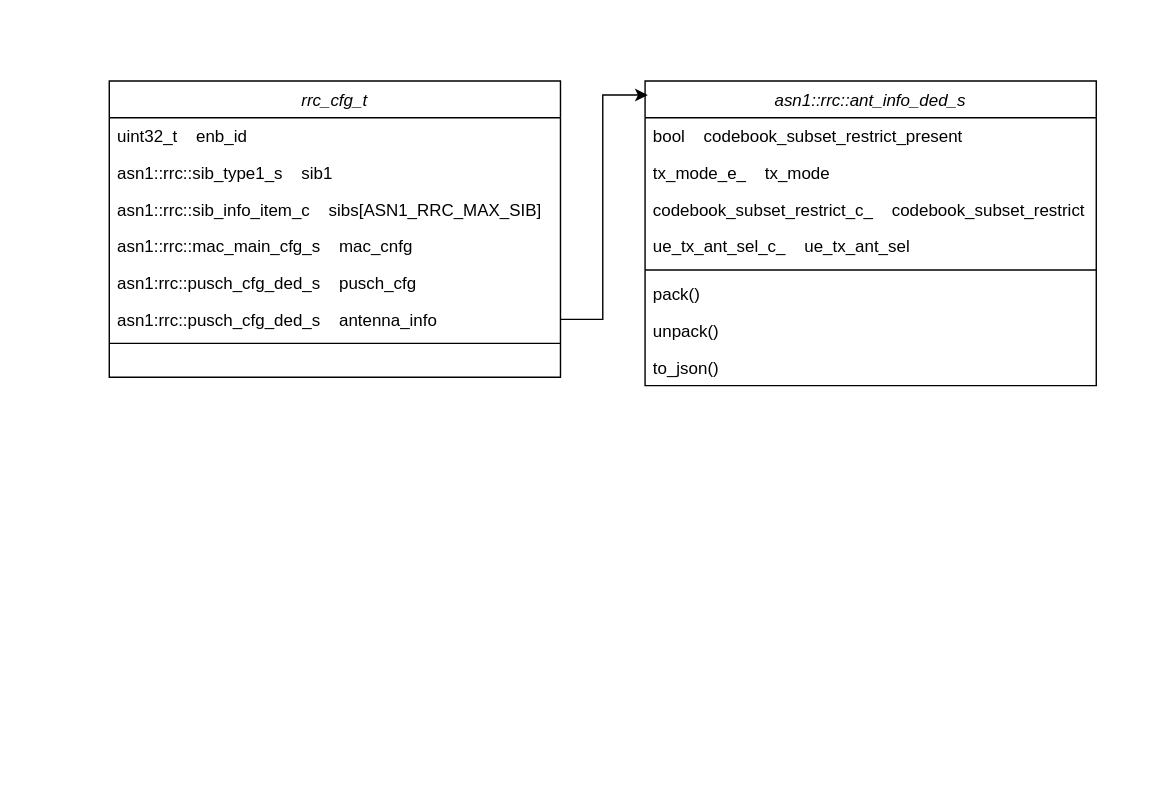
This is config-args.drawio from cld4h/draw.io-documents, a draw.io file, before an edit. Source tidied: cells renumbered, new cells numbered last; positions are measured from the earlier drawing's top-left corner, leaving out a move shared by most shapes. Both pictures are drawn from the tidied source at 141%, with x=0, y=0 at pixel (109, 80).
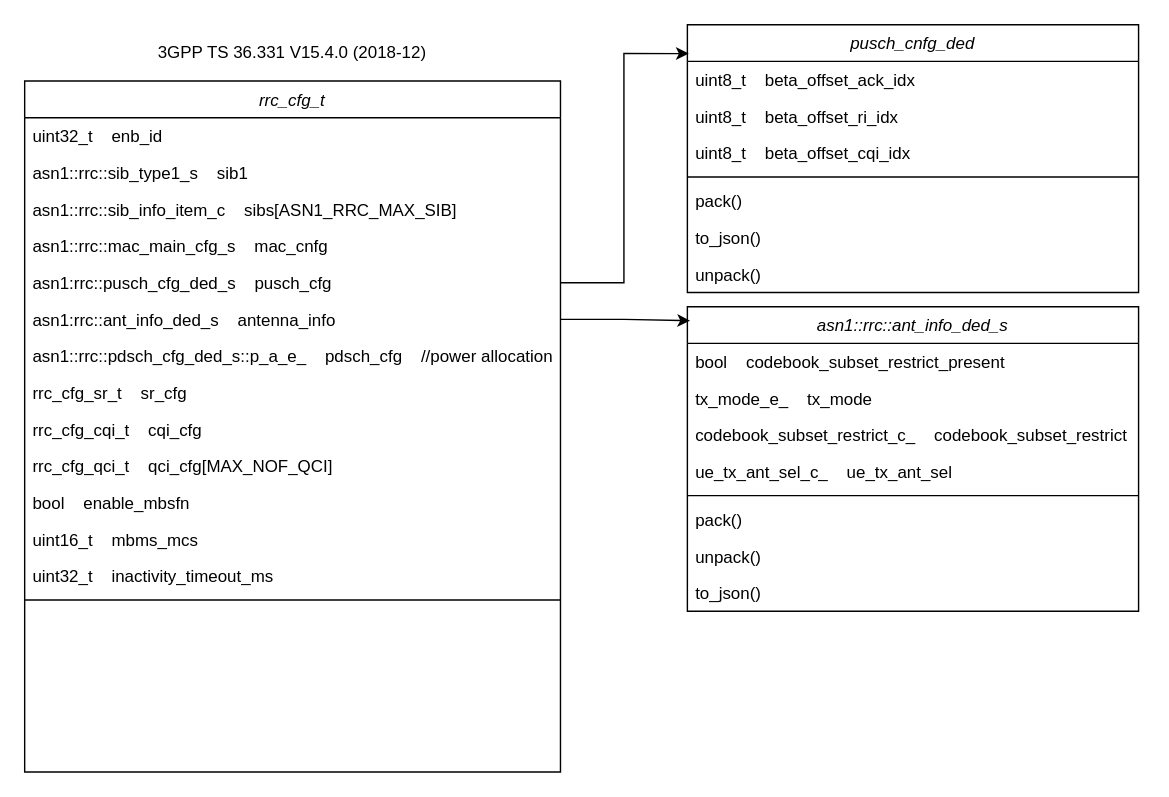
The same diagram, later.

Diff of the diagram source:
```diff
@@
     <mxCell id="2" value="rrc_cfg_t" style="swimlane;fontStyle=2;align=center;verticalAlign=top;horizontal=1;startSize=26;rounded=0;shadow=0;strokeWidth=1;" parent="1" vertex="1">
-      <mxGeometry width="320" height="210" as="geometry" />
+      <mxGeometry x="-60" width="380" height="490" as="geometry" />
     </mxCell>
     <mxCell id="3" value="uint32_t    enb_id" style="text;align=left;verticalAlign=top;spacingLeft=4;spacingRight=4;overflow=hidden;" parent="2" vertex="1">
-      <mxGeometry y="26" width="320" height="26" as="geometry" />
+      <mxGeometry y="26" width="380" height="26" as="geometry" />
     </mxCell>
     <mxCell id="4" value="asn1::rrc::sib_type1_s    sib1" style="text;align=left;verticalAlign=top;spacingLeft=4;spacingRight=4;overflow=hidden;rounded=0;shadow=0;html=0;" parent="2" vertex="1">
-      <mxGeometry y="52" width="320" height="26" as="geometry" />
+      <mxGeometry y="52" width="380" height="26" as="geometry" />
     </mxCell>
     <mxCell id="5" value="asn1::rrc::sib_info_item_c    sibs[ASN1_RRC_MAX_SIB]" style="text;align=left;verticalAlign=top;spacingLeft=4;spacingRight=4;overflow=hidden;rounded=0;shadow=0;html=0;" parent="2" vertex="1">
-      <mxGeometry y="78" width="320" height="26" as="geometry" />
+      <mxGeometry y="78" width="380" height="26" as="geometry" />
     </mxCell>
     <mxCell id="6" value="asn1::rrc::mac_main_cfg_s    mac_cnfg" style="text;align=left;verticalAlign=top;spacingLeft=4;spacingRight=4;overflow=hidden;rounded=0;shadow=0;html=0;" parent="2" vertex="1">
-      <mxGeometry y="104" width="320" height="26" as="geometry" />
+      <mxGeometry y="104" width="380" height="26" as="geometry" />
     </mxCell>
     <mxCell id="7" value="asn1:rrc::pusch_cfg_ded_s    pusch_cfg" style="text;align=left;verticalAlign=top;spacingLeft=4;spacingRight=4;overflow=hidden;points=[[0,0.5],[1,0.5]];portConstraint=eastwest;rounded=0;shadow=0;html=0;" parent="2" vertex="1">
-      <mxGeometry y="130" width="320" height="26" as="geometry" />
+      <mxGeometry y="130" width="380" height="26" as="geometry" />
     </mxCell>
-    <mxCell id="8" value="asn1:rrc::pusch_cfg_ded_s    antenna_info" style="text;align=left;verticalAlign=top;spacingLeft=4;spacingRight=4;overflow=hidden;points=[[0,0.5],[1,0.5]];portConstraint=eastwest;rounded=0;shadow=0;html=0;" parent="2" vertex="1">
-      <mxGeometry y="156" width="320" height="26" as="geometry" />
+    <mxCell id="8" value="asn1:rrc::ant_info_ded_s    antenna_info" style="text;align=left;verticalAlign=top;spacingLeft=4;spacingRight=4;overflow=hidden;points=[[0,0.5],[1,0.5]];portConstraint=eastwest;rounded=0;shadow=0;html=0;" parent="2" vertex="1">
+      <mxGeometry y="156" width="380" height="26" as="geometry" />
     </mxCell>
+    <mxCell id="20" value="asn1::rrc::pdsch_cfg_ded_s::p_a_e_    pdsch_cfg    //power allocation" style="text;align=left;verticalAlign=top;spacingLeft=4;spacingRight=4;overflow=hidden;rounded=0;shadow=0;html=0;" parent="2" vertex="1">
+      <mxGeometry y="182" width="380" height="26" as="geometry" />
+    </mxCell>
+    <mxCell id="21" value="rrc_cfg_sr_t    sr_cfg" style="text;align=left;verticalAlign=top;spacingLeft=4;spacingRight=4;overflow=hidden;rounded=0;shadow=0;html=0;" parent="2" vertex="1">
+      <mxGeometry y="208" width="380" height="26" as="geometry" />
+    </mxCell>
+    <mxCell id="22" value="rrc_cfg_cqi_t    cqi_cfg" style="text;align=left;verticalAlign=top;spacingLeft=4;spacingRight=4;overflow=hidden;rounded=0;shadow=0;html=0;" parent="2" vertex="1">
+      <mxGeometry y="234" width="380" height="26" as="geometry" />
+    </mxCell>
+    <mxCell id="23" value="rrc_cfg_qci_t    qci_cfg[MAX_NOF_QCI]&#10;" style="text;align=left;verticalAlign=top;spacingLeft=4;spacingRight=4;overflow=hidden;rounded=0;shadow=0;html=0;" parent="2" vertex="1">
+      <mxGeometry y="260" width="380" height="26" as="geometry" />
+    </mxCell>
+    <mxCell id="24" value="bool    enable_mbsfn" style="text;align=left;verticalAlign=top;spacingLeft=4;spacingRight=4;overflow=hidden;rounded=0;shadow=0;html=0;" parent="2" vertex="1">
+      <mxGeometry y="286" width="380" height="26" as="geometry" />
+    </mxCell>
+    <mxCell id="25" value="uint16_t    mbms_mcs" style="text;align=left;verticalAlign=top;spacingLeft=4;spacingRight=4;overflow=hidden;rounded=0;shadow=0;html=0;" parent="2" vertex="1">
+      <mxGeometry y="312" width="380" height="26" as="geometry" />
+    </mxCell>
+    <mxCell id="26" value="uint32_t    inactivity_timeout_ms" style="text;align=left;verticalAlign=top;spacingLeft=4;spacingRight=4;overflow=hidden;rounded=0;shadow=0;html=0;" parent="2" vertex="1">
+      <mxGeometry y="338" width="380" height="26" as="geometry" />
+    </mxCell>
     <mxCell id="9" style="line;html=1;strokeWidth=1;align=left;verticalAlign=middle;spacingTop=-1;spacingLeft=3;spacingRight=3;labelPosition=right;" parent="2" vertex="1">
-      <mxGeometry y="182" width="320" height="8" as="geometry" />
+      <mxGeometry y="364" width="380" height="8" as="geometry" />
     </mxCell>
     <mxCell id="10" value="asn1::rrc::ant_info_ded_s" style="swimlane;fontStyle=2;align=center;verticalAlign=top;horizontal=1;startSize=26;rounded=0;shadow=0;strokeWidth=1;" parent="1" vertex="1">
-      <mxGeometry x="380" width="320" height="216" as="geometry" />
+      <mxGeometry x="410" y="160" width="320" height="216" as="geometry" />
     </mxCell>
@@
+    <mxCell id="27" value="3GPP TS 36.331 V15.4.0 (2018-12)" style="text;html=1;strokeColor=none;fillColor=none;align=center;verticalAlign=middle;whiteSpace=wrap;rounded=0;" parent="1" vertex="1">
+      <mxGeometry x="15" y="-30" width="230" height="20" as="geometry" />
+    </mxCell>
+    <mxCell id="28" value="pusch_cnfg_ded" style="swimlane;fontStyle=2;align=center;verticalAlign=top;horizontal=1;startSize=26;rounded=0;shadow=0;strokeWidth=1;" parent="1" vertex="1">
+      <mxGeometry x="410" y="-40" width="320" height="190" as="geometry" />
+    </mxCell>
+    <mxCell id="29" value="uint8_t    beta_offset_ack_idx" style="text;align=left;verticalAlign=top;spacingLeft=4;spacingRight=4;overflow=hidden;rounded=0;shadow=0;html=0;" parent="28" vertex="1">
+      <mxGeometry y="26" width="320" height="26" as="geometry" />
+    </mxCell>
+    <mxCell id="30" value="uint8_t    beta_offset_ri_idx" style="text;align=left;verticalAlign=top;spacingLeft=4;spacingRight=4;overflow=hidden;rounded=0;shadow=0;html=0;" parent="28" vertex="1">
+      <mxGeometry y="52" width="320" height="26" as="geometry" />
+    </mxCell>
+    <mxCell id="31" value="uint8_t    beta_offset_cqi_idx" style="text;align=left;verticalAlign=top;spacingLeft=4;spacingRight=4;overflow=hidden;rounded=0;shadow=0;html=0;" parent="28" vertex="1">
+      <mxGeometry y="78" width="320" height="26" as="geometry" />
+    </mxCell>
+    <mxCell id="32" style="line;html=1;strokeWidth=1;align=left;verticalAlign=middle;spacingTop=-1;spacingLeft=3;spacingRight=3;labelPosition=right;" parent="28" vertex="1">
+      <mxGeometry y="104" width="320" height="8" as="geometry" />
+    </mxCell>
+    <mxCell id="33" value="pack()" style="text;align=left;verticalAlign=top;spacingLeft=4;spacingRight=4;overflow=hidden;rounded=0;shadow=0;html=0;" parent="28" vertex="1">
+      <mxGeometry y="112" width="320" height="26" as="geometry" />
+    </mxCell>
+    <mxCell id="34" value="to_json()" style="text;align=left;verticalAlign=top;spacingLeft=4;spacingRight=4;overflow=hidden;rounded=0;shadow=0;html=0;" parent="28" vertex="1">
+      <mxGeometry y="138" width="320" height="26" as="geometry" />
+    </mxCell>
+    <mxCell id="35" value="unpack()" style="text;align=left;verticalAlign=top;spacingLeft=4;spacingRight=4;overflow=hidden;rounded=0;shadow=0;html=0;" parent="28" vertex="1">
+      <mxGeometry y="164" width="320" height="26" as="geometry" />
+    </mxCell>
+    <mxCell id="36" style="edgeStyle=orthogonalEdgeStyle;rounded=0;jettySize=auto;html=1;exitX=1;exitY=0.5;exitDx=0;exitDy=0;entryX=0.003;entryY=0.108;entryDx=0;entryDy=0;entryPerimeter=0;" parent="1" edge="1" source="7" target="28">
+      <mxGeometry relative="1" as="geometry" />
+    </mxCell>
```
